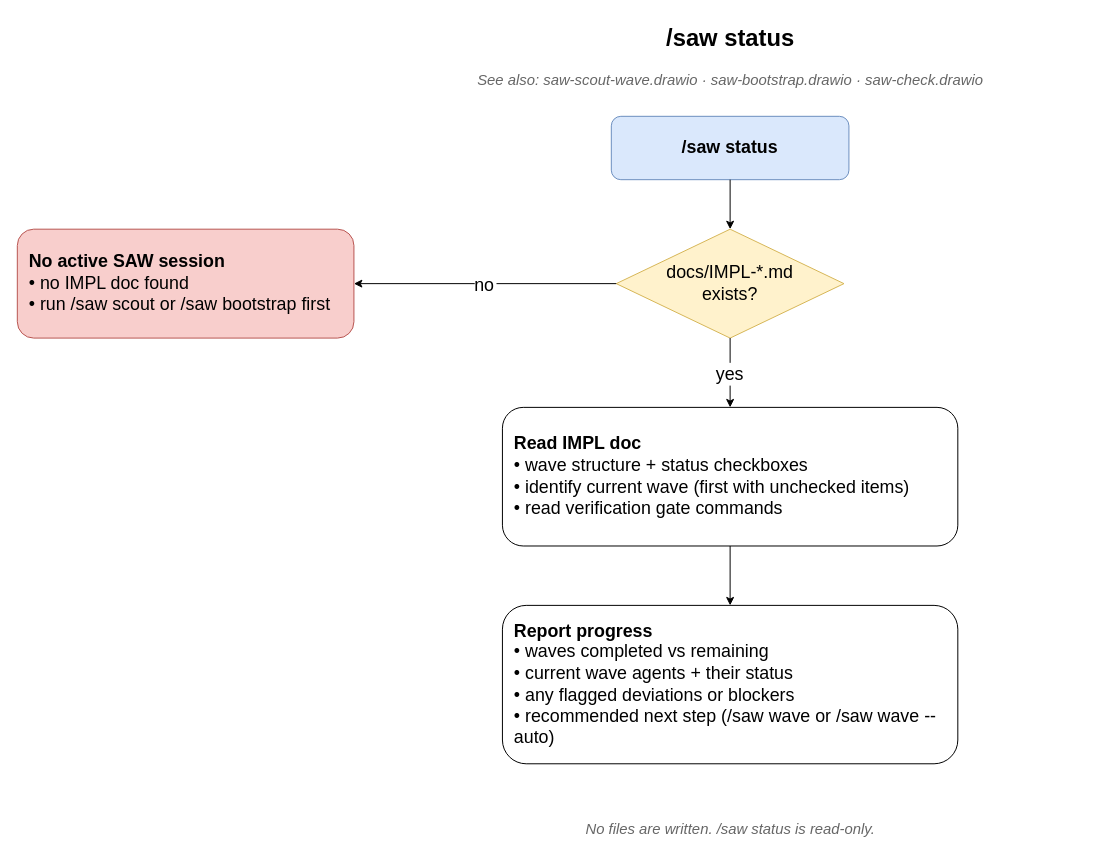
Earlier version of the draw.io diagram docs/diagrams/saw-status.drawio (blackwell-systems/scout-and-wave). Source tidied: cells renumbered, new cells numbered last; positions are measured from the earlier drawing's top-left corner, leaving out a move shared by most shapes. Both pictures are drawn from the tidied source at 99%, with x=0, y=0 at pixel (17, 17).
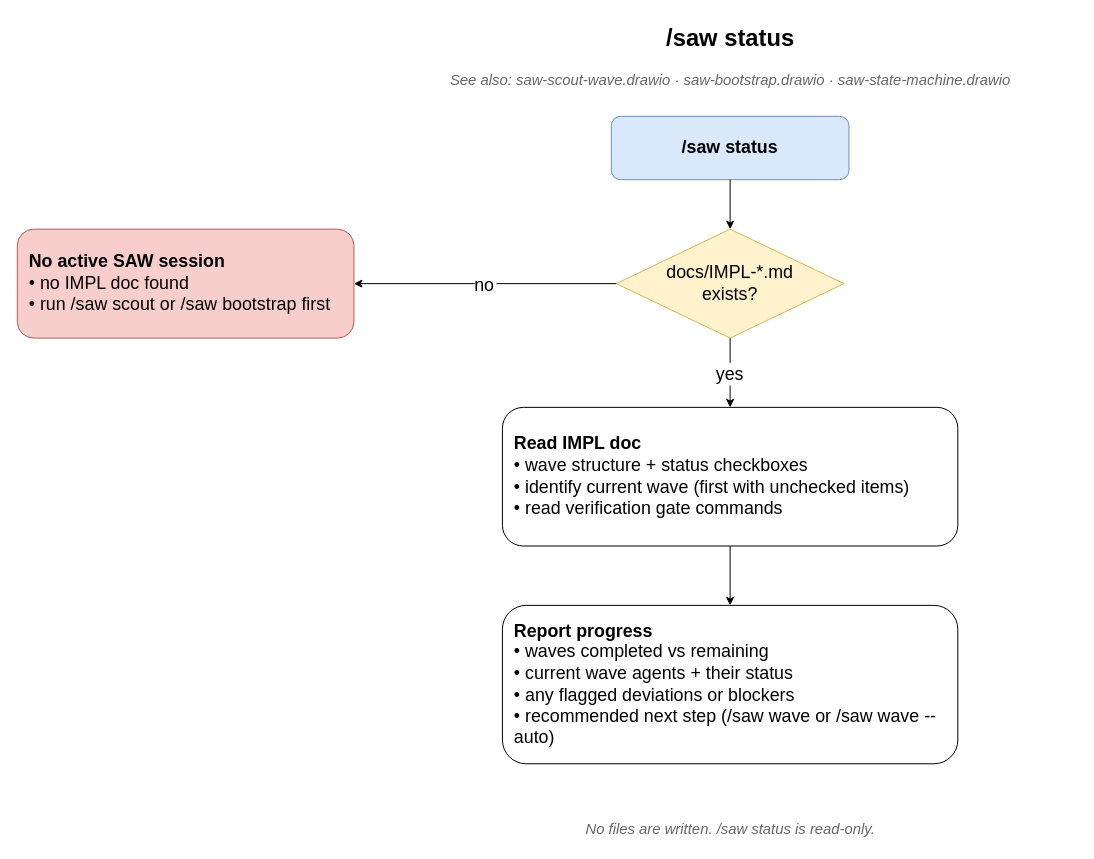
Above is the later version.

Commit message (it also covers changes not shown here):
fix: audit pass 4 — Wave 0 remnant, stale diagram refs, CHANGELOG version

What changed in the source:
```diff
@@
 <mxGraphModel>
   <root>
     <mxCell id="0" />
     <mxCell id="1" parent="0" />
     <mxCell id="2" value="/saw status" style="text;html=1;align=center;fontStyle=1;fontSize=24;strokeColor=none;fillColor=none;" parent="1" vertex="1">
       <mxGeometry x="570" width="300" height="40" as="geometry" />
     </mxCell>
-    <mxCell id="3" value="See also: saw-scout-wave.drawio · saw-bootstrap.drawio · saw-check.drawio" style="text;html=1;align=center;fontSize=15;strokeColor=none;fillColor=none;fontColor=#666666;fontStyle=2;" parent="1" vertex="1">
+    <mxCell id="3" value="See also: saw-scout-wave.drawio · saw-bootstrap.drawio · saw-state-machine.drawio" style="text;html=1;align=center;fontSize=15;strokeColor=none;fillColor=none;fontColor=#666666;fontStyle=2;" parent="1" vertex="1">
       <mxGeometry x="370" y="48" width="700" height="30" as="geometry" />
     </mxCell>
     <mxCell id="4" value="/saw status" style="rounded=1;whiteSpace=wrap;html=1;fillColor=#dae8fc;strokeColor=#6c8ebf;fontStyle=1;fontSize=18;" parent="1" vertex="1">
       <mxGeometry x="600" y="100" width="240" height="64" as="geometry" />
     </mxCell>
     <mxCell id="5" value="docs/IMPL-*.md&#10;exists?" style="rhombus;whiteSpace=wrap;html=1;fillColor=#fff2cc;strokeColor=#d6b656;fontSize=18;" parent="1" vertex="1">
       <mxGeometry x="605" y="214" width="230" height="110" as="geometry" />
     </mxCell>
     <mxCell id="6" style="edgeStyle=orthogonalEdgeStyle;fontSize=18;" parent="1" edge="1" source="4" target="5">
       <mxGeometry relative="1" as="geometry" />
     </mxCell>
     <mxCell id="7" value="&lt;b&gt;No active SAW session&lt;/b&gt;&lt;br&gt;• no IMPL doc found&lt;br&gt;• run /saw scout or /saw bootstrap first" style="rounded=1;whiteSpace=wrap;html=1;fillColor=#f8cecc;strokeColor=#b85450;fontSize=18;align=left;spacingLeft=10;" parent="1" vertex="1">
       <mxGeometry y="214" width="340" height="110" as="geometry" />
     </mxCell>
     <mxCell id="8" value="no" style="edgeStyle=orthogonalEdgeStyle;exitX=0;exitY=0.5;exitDx=0;exitDy=0;fontSize=18;" parent="1" edge="1" source="5" target="7">
       <mxGeometry relative="1" as="geometry" />
     </mxCell>
     <mxCell id="9" value="&lt;b&gt;Read IMPL doc&lt;/b&gt;&lt;br&gt;• wave structure + status checkboxes&lt;br&gt;• identify current wave (first with unchecked items)&lt;br&gt;• read verification gate commands" style="rounded=1;whiteSpace=wrap;html=1;fontSize=18;align=left;spacingLeft=10;" parent="1" vertex="1">
       <mxGeometry x="490" y="394" width="460" height="140" as="geometry" />
     </mxCell>
     <mxCell id="10" value="yes" style="edgeStyle=orthogonalEdgeStyle;exitX=0.5;exitY=1;exitDx=0;exitDy=0;fontSize=18;" parent="1" edge="1" source="5" target="9">
       <mxGeometry relative="1" as="geometry" />
     </mxCell>
     <mxCell id="11" value="&lt;b&gt;Report progress&lt;/b&gt;&lt;br&gt;• waves completed vs remaining&lt;br&gt;• current wave agents + their status&lt;br&gt;• any flagged deviations or blockers&lt;br&gt;• recommended next step (/saw wave or /saw wave --auto)" style="rounded=1;whiteSpace=wrap;html=1;fontSize=18;align=left;spacingLeft=10;" parent="1" vertex="1">
       <mxGeometry x="490" y="594" width="460" height="160" as="geometry" />
     </mxCell>
     <mxCell id="12" style="edgeStyle=orthogonalEdgeStyle;fontSize=18;" parent="1" edge="1" source="9" target="11">
       <mxGeometry relative="1" as="geometry" />
     </mxCell>
     <mxCell id="13" value="No files are written. /saw status is read-only." style="text;html=1;align=center;fontSize=15;strokeColor=none;fillColor=none;fontColor=#666666;fontStyle=2;" parent="1" vertex="1">
       <mxGeometry x="470" y="804" width="500" height="30" as="geometry" />
     </mxCell>
   </root>
 </mxGraphModel>
```
